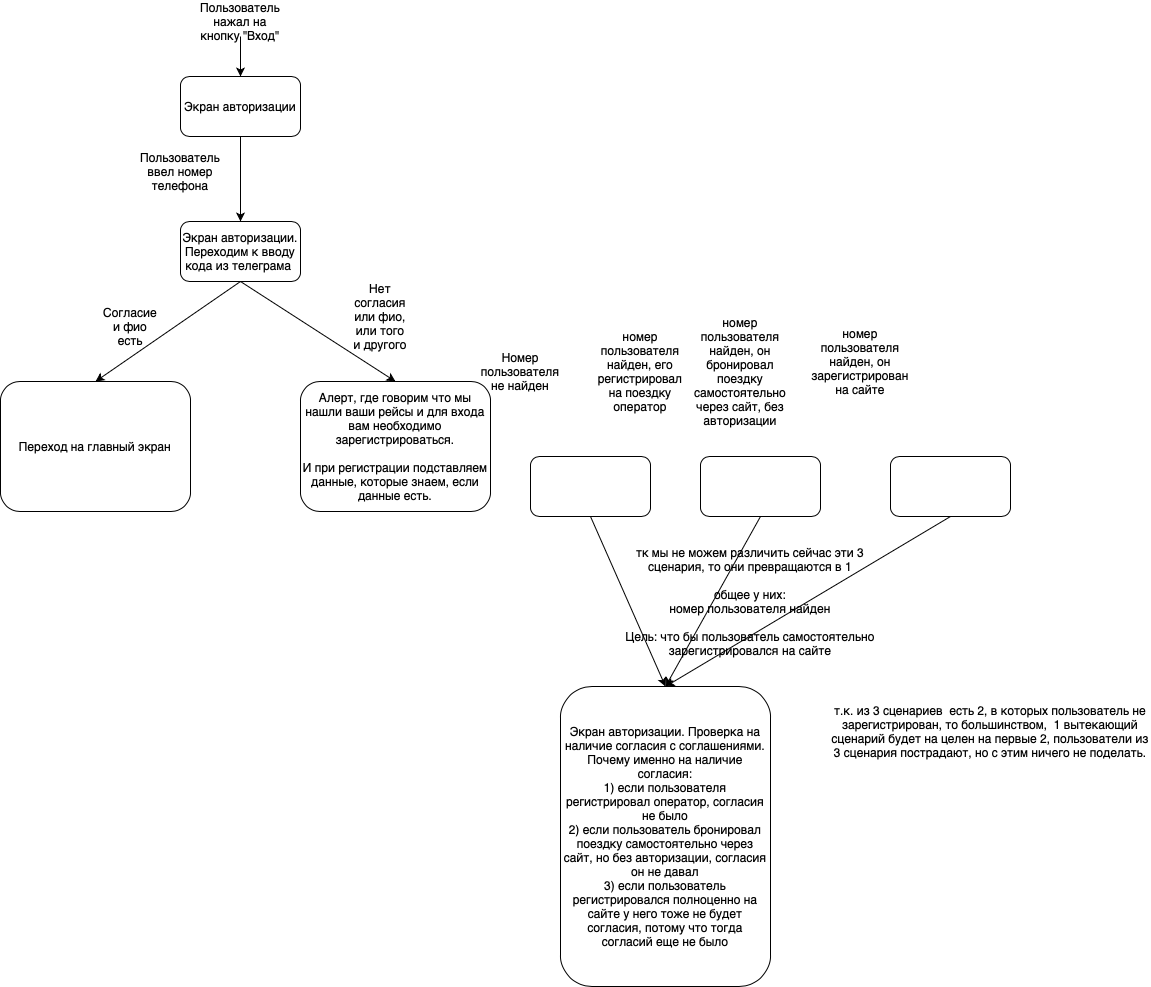
The draw.io diagram 2.drawio.png in AlexandraKolomoitseva/Diagrams, before a commit. Source tidied: cells renumbered, new cells last; positions are measured from the earlier drawing's top-left corner, leaving out a move shared by most shapes.
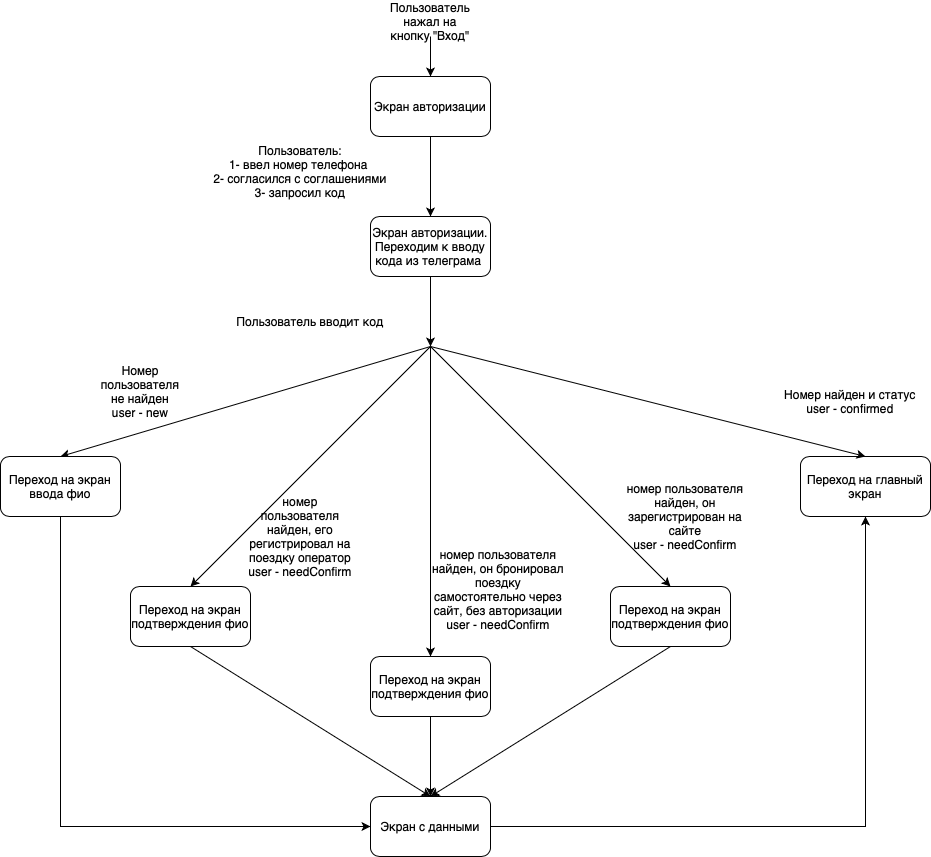
The same diagram one commit later.

The edit, as a diff of the source:
```diff
@@ -14,68 +14,96 @@
     <mxCell id="5" style="endArrow=classic;html=1;rounded=0;exitX=0.5;exitY=1;exitDx=0;exitDy=0;entryX=0.5;entryY=0;entryDx=0;entryDy=0;" parent="1" edge="1" source="2" target="7">
       <mxGeometry relative="1" as="geometry" />
     </mxCell>
-    <mxCell id="6" value="Пользователь ввел номер телефона" style="text;html=1;align=center;verticalAlign=middle;whiteSpace=wrap;rounded=0;" parent="1" vertex="1">
-      <mxGeometry x="150" y="150" width="60" height="30" as="geometry" />
+    <mxCell id="6" value="Пользователь:&lt;div&gt;1- ввел номер телефона&amp;nbsp;&lt;/div&gt;&lt;div&gt;2- согласился с соглашениями&lt;/div&gt;&lt;div&gt;3- запросил код&lt;/div&gt;" style="text;html=1;align=center;verticalAlign=middle;whiteSpace=wrap;rounded=0;" parent="1" vertex="1">
+      <mxGeometry x="10" y="150" width="200" height="30" as="geometry" />
     </mxCell>
-    <mxCell id="7" value="Экран авторизации.&lt;div&gt;Переходим к вводу кода из телеграма&amp;nbsp;&lt;/div&gt;" style="rounded=1;whiteSpace=wrap;html=1;" parent="1" vertex="1">
-      <mxGeometry x="180" y="215" width="120" height="60" as="geometry" />
-    </mxCell>
-    <mxCell id="8" style="rounded=1;whiteSpace=wrap;html=1;" parent="1" vertex="1">
-      <mxGeometry x="530" y="450" width="120" height="60" as="geometry" />
-    </mxCell>
-    <mxCell id="9" style="rounded=1;whiteSpace=wrap;html=1;" parent="1" vertex="1">
-      <mxGeometry x="700" y="450" width="120" height="60" as="geometry" />
-    </mxCell>
-    <mxCell id="10" style="rounded=1;whiteSpace=wrap;html=1;" parent="1" vertex="1">
-      <mxGeometry x="890" y="450" width="120" height="60" as="geometry" />
-    </mxCell>
-    <mxCell id="11" value="Номер пользователя не найден" style="text;html=1;align=center;verticalAlign=middle;whiteSpace=wrap;rounded=0;" parent="1" vertex="1">
-      <mxGeometry x="490" y="350" width="60" height="30" as="geometry" />
-    </mxCell>
-    <mxCell id="12" value="номер пользователя найден, он зарегистрирован на сайте" style="text;html=1;align=center;verticalAlign=middle;whiteSpace=wrap;rounded=0;" parent="1" vertex="1">
-      <mxGeometry x="830" y="340" width="60" height="30" as="geometry" />
-    </mxCell>
-    <mxCell id="13" value="номер пользователя найден, он бронировал поездку самостоятельно через сайт, без авторизации" style="text;html=1;align=center;verticalAlign=middle;whiteSpace=wrap;rounded=0;" parent="1" vertex="1">
-      <mxGeometry x="710" y="350" width="60" height="30" as="geometry" />
-    </mxCell>
-    <mxCell id="14" value="номер пользователя найден, его регистрировал на поездку оператор" style="text;html=1;align=center;verticalAlign=middle;whiteSpace=wrap;rounded=0;" parent="1" vertex="1">
-      <mxGeometry x="610" y="350" width="60" height="30" as="geometry" />
-    </mxCell>
-    <mxCell id="15" value="тк мы не можем различить сейчас эти 3 сценария, то они превращаются в 1&lt;div&gt;&lt;br&gt;&lt;/div&gt;&lt;div&gt;общее у них:&lt;/div&gt;&lt;div&gt;номер пользователя найден&lt;/div&gt;&lt;div&gt;&lt;br&gt;&lt;/div&gt;&lt;div&gt;Цель: что бы пользователь самостоятельно зарегистрировался на сайте&lt;/div&gt;" style="text;html=1;align=center;verticalAlign=middle;whiteSpace=wrap;rounded=0;" parent="1" vertex="1">
-      <mxGeometry x="620" y="580" width="260" height="30" as="geometry" />
-    </mxCell>
-    <mxCell id="16" value="Экран авторизации. Проверка на наличие согласия с соглашениями.&lt;div&gt;Почему именно на наличие согласия:&lt;/div&gt;&lt;div&gt;1) если пользователя регистрировал оператор, согласия не было&lt;/div&gt;&lt;div&gt;2) если пользователь бронировал поездку самостоятельно через сайт, но без авторизации, согласия он не давал&lt;/div&gt;&lt;div&gt;3) если пользователь регистрировался полноценно на сайте у него тоже не будет согласия, потому что тогда согласий еще не было&lt;/div&gt;" style="rounded=1;whiteSpace=wrap;html=1;" parent="1" vertex="1">
-      <mxGeometry x="560" y="680" width="210" height="300" as="geometry" />
-    </mxCell>
-    <mxCell id="17" style="endArrow=classic;html=1;rounded=0;exitX=0.5;exitY=1;exitDx=0;exitDy=0;entryX=0.5;entryY=0;entryDx=0;entryDy=0;" parent="1" edge="1" source="8" target="16">
-      <mxGeometry relative="1" as="geometry" />
-    </mxCell>
-    <mxCell id="18" style="endArrow=classic;html=1;rounded=0;exitX=0.5;exitY=1;exitDx=0;exitDy=0;entryX=0.5;entryY=0;entryDx=0;entryDy=0;" parent="1" edge="1" source="9" target="16">
-      <mxGeometry relative="1" as="geometry" />
-    </mxCell>
-    <mxCell id="19" style="endArrow=classic;html=1;rounded=0;exitX=0.5;exitY=1;exitDx=0;exitDy=0;entryX=0.5;entryY=0;entryDx=0;entryDy=0;" parent="1" edge="1" source="10" target="16">
-      <mxGeometry relative="1" as="geometry" />
-    </mxCell>
-    <mxCell id="20" value="т.к. из 3 сценариев &amp;nbsp;есть 2, в которых пользователь не зарегистрирован, то большинством, &amp;nbsp;1 вытекающий сценарий будет на целен на первые 2, пользователи из 3 сценария пострадают, но с этим ничего не поделать." style="text;html=1;align=center;verticalAlign=middle;whiteSpace=wrap;rounded=0;" parent="1" vertex="1">
-      <mxGeometry x="830" y="710" width="320" height="30" as="geometry" />
-    </mxCell>
     <mxCell id="21" value="Переход на главный экран" style="rounded=1;whiteSpace=wrap;html=1;" parent="1" vertex="1">
-      <mxGeometry y="375" width="190" height="130" as="geometry" />
+      <mxGeometry x="610" y="450" width="130" height="60" as="geometry" />
     </mxCell>
-    <mxCell id="22" value="Алерт, где говорим что мы нашли ваши рейсы и для входа вам необходимо зарегистрироваться.&lt;div&gt;&lt;br&gt;&lt;/div&gt;&lt;div&gt;И при регистрации подставляем данные, которые знаем, если данные есть.&lt;/div&gt;" style="rounded=1;whiteSpace=wrap;html=1;" parent="1" vertex="1">
-      <mxGeometry x="300" y="375" width="190" height="130" as="geometry" />
-    </mxCell>
-    <mxCell id="23" style="endArrow=classic;html=1;rounded=0;exitX=0.5;exitY=1;exitDx=0;exitDy=0;entryX=0.5;entryY=0;entryDx=0;entryDy=0;" parent="1" edge="1" source="7" target="21">
-      <mxGeometry relative="1" as="geometry" />
+    <mxCell id="23" style="endArrow=classic;html=1;rounded=0;entryX=0.5;entryY=0;entryDx=0;entryDy=0;" parent="1" edge="1" target="21">
+      <mxGeometry relative="1" as="geometry">
+        <mxPoint x="240" y="340" as="sourcePoint" />
+      </mxGeometry>
     </mxCell>
-    <mxCell id="24" value="Согласие и фио есть" style="text;html=1;align=center;verticalAlign=middle;whiteSpace=wrap;rounded=0;" parent="1" vertex="1">
-      <mxGeometry x="100" y="305" width="60" height="30" as="geometry" />
+    <mxCell id="24" value="Номер найден и статус&lt;div&gt;user - confirmed&lt;br&gt;&lt;/div&gt;" style="text;html=1;align=center;verticalAlign=middle;whiteSpace=wrap;rounded=0;" parent="1" vertex="1">
+      <mxGeometry x="590" y="380" width="140" height="30" as="geometry" />
     </mxCell>
-    <mxCell id="25" style="endArrow=classic;html=1;rounded=0;exitX=0.5;exitY=1;exitDx=0;exitDy=0;entryX=0.5;entryY=0;entryDx=0;entryDy=0;" parent="1" edge="1" source="7" target="22">
-      <mxGeometry relative="1" as="geometry" />
+    <mxCell id="25" style="endArrow=classic;html=1;rounded=0;entryX=0.5;entryY=0;entryDx=0;entryDy=0;" parent="1" edge="1" target="27">
+      <mxGeometry relative="1" as="geometry">
+        <mxPoint x="240" y="340" as="sourcePoint" />
+      </mxGeometry>
     </mxCell>
-    <mxCell id="26" value="Нет согласия или фио, или того и другого" style="text;html=1;align=center;verticalAlign=middle;whiteSpace=wrap;rounded=0;" parent="1" vertex="1">
-      <mxGeometry x="350" y="295" width="60" height="30" as="geometry" />
+    <mxCell id="26" value="Номер пользователя не найден&lt;div&gt;user - new&lt;/div&gt;" style="text;html=1;align=center;verticalAlign=middle;whiteSpace=wrap;rounded=0;" parent="1" vertex="1">
+      <mxGeometry x="-80" y="370" width="60" height="30" as="geometry" />
     </mxCell>
+    <mxCell id="27" value="Переход на экран ввода фио" style="rounded=1;whiteSpace=wrap;html=1;" parent="1" vertex="1">
+      <mxGeometry x="-190" y="450" width="120" height="60" as="geometry" />
+    </mxCell>
+    <mxCell id="28" value="Переход на экран подтверждения фио" style="rounded=1;whiteSpace=wrap;html=1;" parent="1" vertex="1">
+      <mxGeometry x="-60" y="580" width="120" height="60" as="geometry" />
+    </mxCell>
+    <mxCell id="29" style="endArrow=classic;html=1;rounded=0;entryX=0.5;entryY=0;entryDx=0;entryDy=0;" parent="1" edge="1" target="28">
+      <mxGeometry relative="1" as="geometry">
+        <mxPoint x="240" y="340" as="sourcePoint" />
+      </mxGeometry>
+    </mxCell>
+    <mxCell id="30" value="номер пользователя найден, его регистрировал на поездку оператор&lt;div&gt;user - needConfirm&lt;/div&gt;" style="text;html=1;align=center;verticalAlign=middle;whiteSpace=wrap;rounded=0;" parent="1" vertex="1">
+      <mxGeometry x="55" y="480" width="110" height="100" as="geometry" />
+    </mxCell>
+    <mxCell id="7" value="Экран авторизации.&lt;div&gt;Переходим к вводу кода из телеграма&amp;nbsp;&lt;/div&gt;" style="rounded=1;whiteSpace=wrap;html=1;" parent="1" vertex="1">
+      <mxGeometry x="180" y="210" width="120" height="60" as="geometry" />
+    </mxCell>
+    <mxCell id="31" value="Пользователь вводит код" style="text;html=1;align=center;verticalAlign=middle;whiteSpace=wrap;rounded=0;" parent="1" vertex="1">
+      <mxGeometry x="20" y="300" width="200" height="30" as="geometry" />
+    </mxCell>
+    <mxCell id="32" style="endArrow=classic;html=1;rounded=0;exitX=0.5;exitY=1;exitDx=0;exitDy=0;" parent="1" edge="1" source="7">
+      <mxGeometry relative="1" as="geometry">
+        <mxPoint x="240" y="340" as="targetPoint" />
+      </mxGeometry>
+    </mxCell>
+    <mxCell id="33" value="Переход на экран подтверждения фио" style="rounded=1;whiteSpace=wrap;html=1;" parent="1" vertex="1">
+      <mxGeometry x="180" y="650" width="120" height="60" as="geometry" />
+    </mxCell>
+    <mxCell id="34" value="номер пользователя найден, он бронировал поездку самостоятельно через сайт, без авторизации&lt;div&gt;user - needConfirm&lt;br&gt;&lt;/div&gt;" style="text;html=1;align=center;verticalAlign=middle;whiteSpace=wrap;rounded=0;" parent="1" vertex="1">
+      <mxGeometry x="240" y="540" width="136" height="85" as="geometry" />
+    </mxCell>
+    <mxCell id="35" style="endArrow=classic;html=1;rounded=0;entryX=0.5;entryY=0;entryDx=0;entryDy=0;" parent="1" edge="1" target="33">
+      <mxGeometry relative="1" as="geometry">
+        <mxPoint x="240" y="340" as="sourcePoint" />
+      </mxGeometry>
+    </mxCell>
+    <mxCell id="36" value="Переход на экран подтверждения фио" style="rounded=1;whiteSpace=wrap;html=1;" parent="1" vertex="1">
+      <mxGeometry x="420" y="580" width="120" height="60" as="geometry" />
+    </mxCell>
+    <mxCell id="37" style="endArrow=classic;html=1;rounded=0;entryX=0.5;entryY=0;entryDx=0;entryDy=0;" parent="1" edge="1" target="36">
+      <mxGeometry relative="1" as="geometry">
+        <mxPoint x="240" y="340" as="sourcePoint" />
+      </mxGeometry>
+    </mxCell>
+    <mxCell id="38" value="номер пользователя найден, он зарегистрирован на сайте&lt;div&gt;user - needConfirm&lt;br&gt;&lt;/div&gt;" style="text;html=1;align=center;verticalAlign=middle;whiteSpace=wrap;rounded=0;" parent="1" vertex="1">
+      <mxGeometry x="430" y="495" width="130" height="30" as="geometry" />
+    </mxCell>
+    <mxCell id="39" style="edgeStyle=orthogonalEdgeStyle;rounded=0;jettySize=auto;html=1;entryX=0.5;entryY=1;entryDx=0;entryDy=0;" parent="1" edge="1" source="40" target="21">
+      <mxGeometry relative="1" as="geometry" />
+    </mxCell>
+    <mxCell id="40" value="Экран с данными" style="rounded=1;whiteSpace=wrap;html=1;" parent="1" vertex="1">
+      <mxGeometry x="180" y="790" width="120" height="60" as="geometry" />
+    </mxCell>
+    <mxCell id="41" style="endArrow=classic;html=1;rounded=0;exitX=0.5;exitY=1;exitDx=0;exitDy=0;entryX=0.5;entryY=0;entryDx=0;entryDy=0;" parent="1" edge="1" source="36" target="40">
+      <mxGeometry relative="1" as="geometry" />
+    </mxCell>
+    <mxCell id="42" style="endArrow=classic;html=1;rounded=0;exitX=0.5;exitY=1;exitDx=0;exitDy=0;entryX=0.5;entryY=0;entryDx=0;entryDy=0;" parent="1" edge="1" source="33" target="40">
+      <mxGeometry relative="1" as="geometry" />
+    </mxCell>
+    <mxCell id="43" style="endArrow=classic;html=1;rounded=0;exitX=0.5;exitY=1;exitDx=0;exitDy=0;entryX=0.5;entryY=0;entryDx=0;entryDy=0;" parent="1" edge="1" source="28" target="40">
+      <mxGeometry relative="1" as="geometry" />
+    </mxCell>
+    <mxCell id="44" style="endArrow=classic;html=1;rounded=0;exitX=0.5;exitY=1;exitDx=0;exitDy=0;" parent="1" edge="1" source="27" target="40">
+      <mxGeometry relative="1" as="geometry">
+        <Array as="points">
+          <mxPoint x="-130" y="820" />
+        </Array>
+      </mxGeometry>
+    </mxCell>
   </root>
 </mxGraphModel>
```
